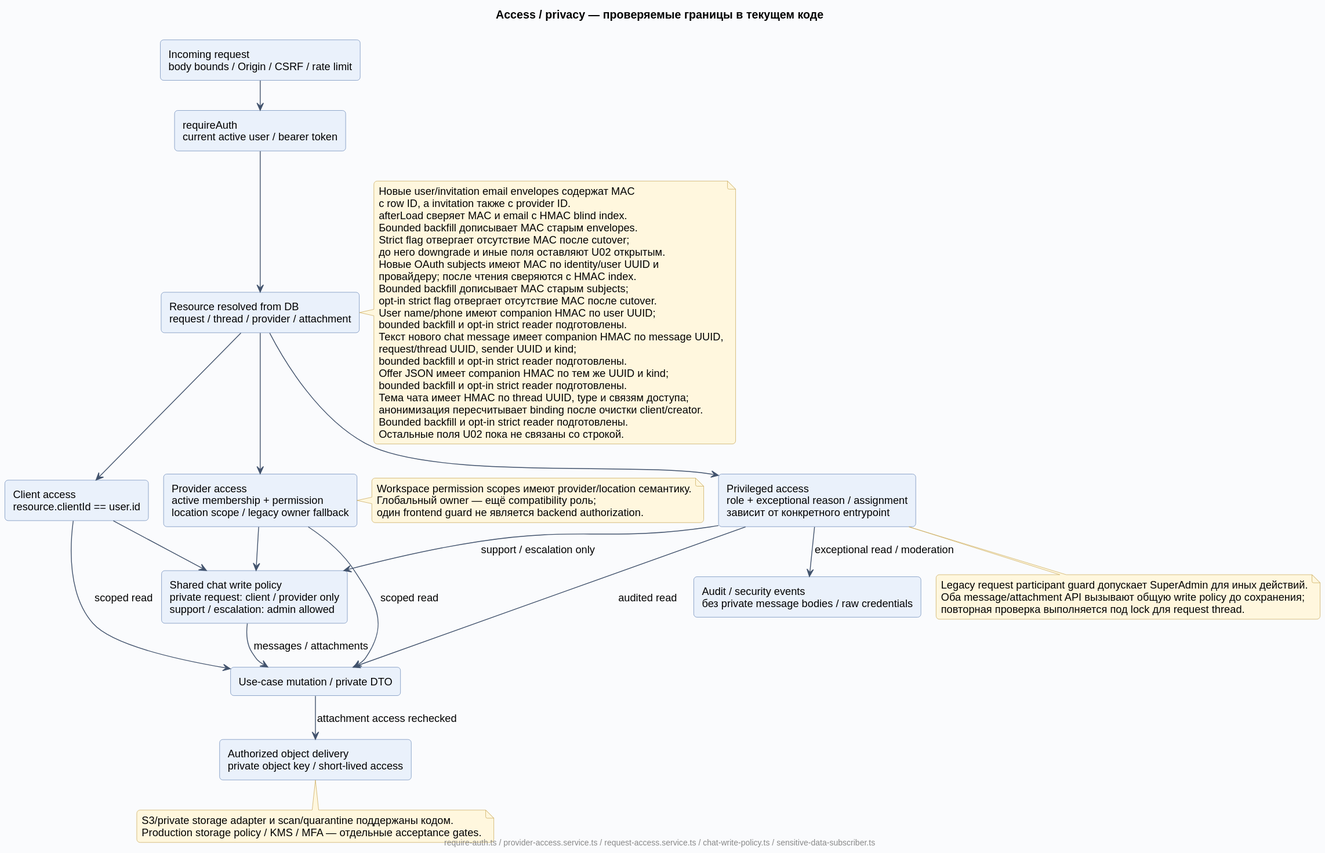
The PlantUML diagram docs/diagrams/rendered/09-access-privacy.svg in Dima163163/auto-care-hub, before a commit.
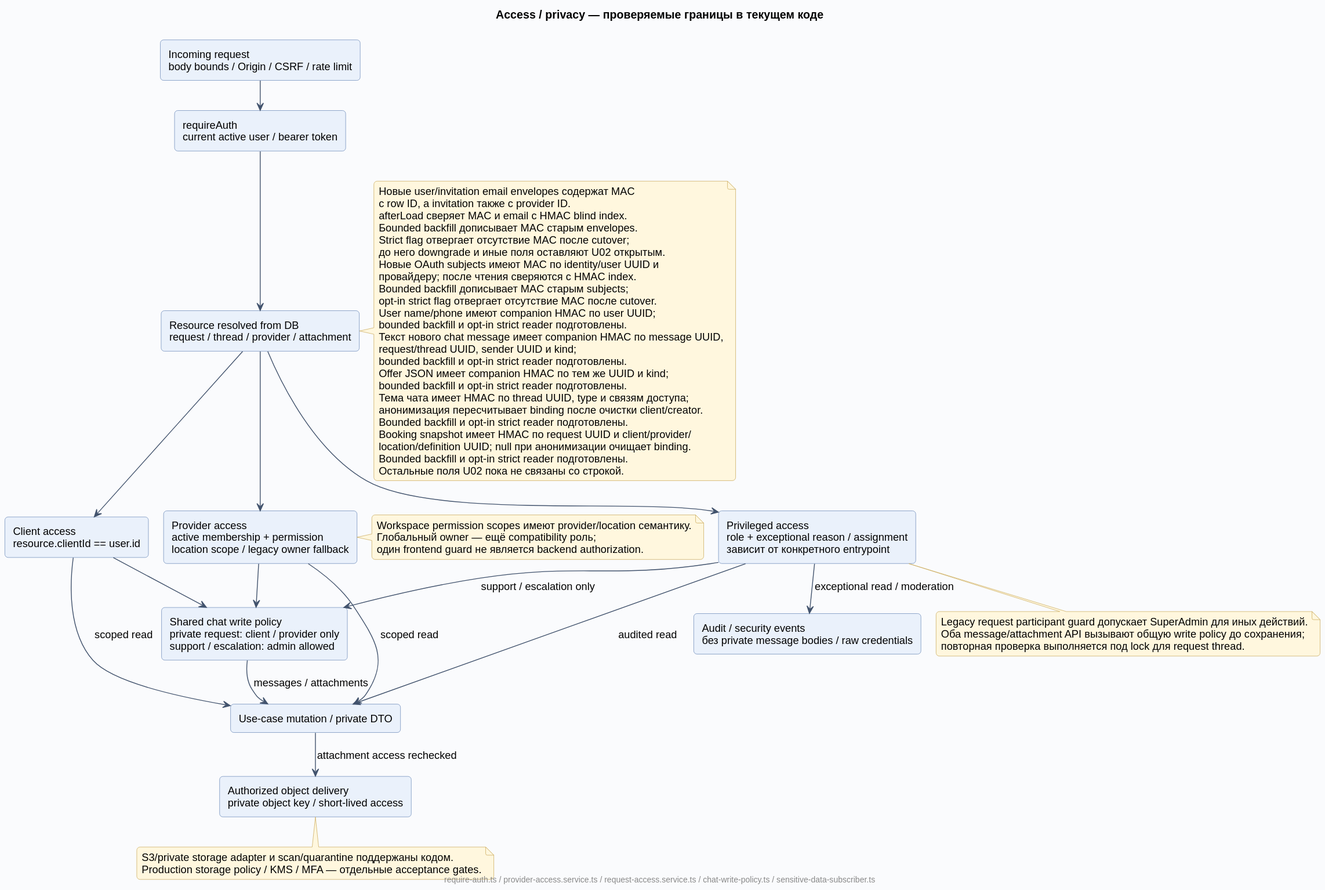
Above is the later version.

Diff of the diagram source:
```diff
@@ -52,6 +52,9 @@
   Тема чата имеет HMAC по thread UUID, type и связям доступа;
   анонимизация пересчитывает binding после очистки client/creator.
   Bounded backfill и opt-in strict reader подготовлены.
+  Booking snapshot имеет HMAC по request UUID и client/provider/
+  location/definition UUID; null при анонимизации очищает binding.
+  Bounded backfill и opt-in strict reader подготовлены.
   Остальные поля U02 пока не связаны со строкой.
 end note
 note bottom of Admin
```
